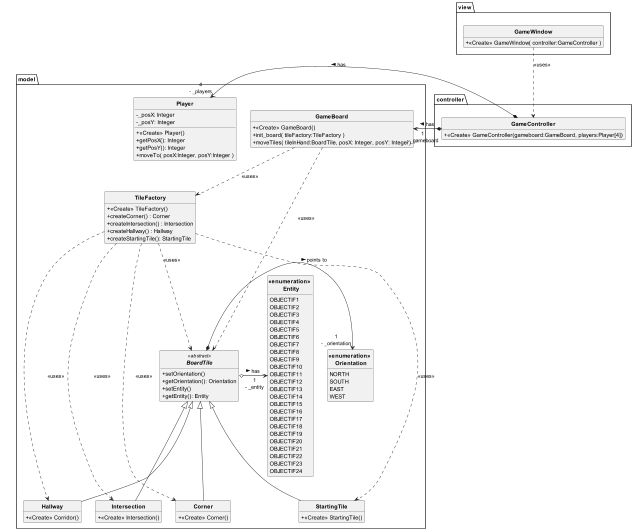
This is uml/Rendu1.png from NiburusVN/Labyrinth_Minecraft_MBUI, a PlantUML export, as it was before one commit.
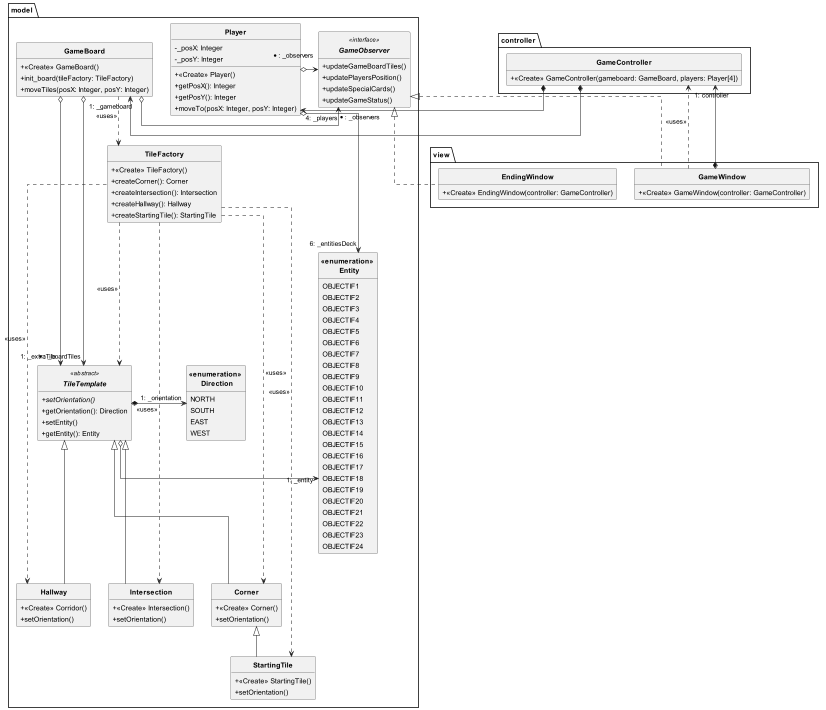
After the commit.

Commit message:
Mise à jour du diagramme PUML

Diff of the diagram source:
```diff
@@ -2,19 +2,22 @@
 skinparam classAttributeIconSize 0
 skinparam classFontStyle Bold
 skinparam style strictuml
+skinparam linetype ortho
 hide empty members
 
-package model{
-    class Player{
+skinparam padding 2
+
+package model {
+    class Player {
         +<<Create>> Player()
         -_posX: Integer
         -_posY: Integer
         +getPosX(): Integer
         +getPosY(): Integer
-        +moveTo( posX:Integer, posY:Integer )
+        +moveTo(posX: Integer, posY: Integer)
     }
 
-    enum "<<enumeration>> \n Entity"{
+    enum "<<enumeration>> \n Entity" {
         OBJECTIF1
         OBJECTIF2
         OBJECTIF3
@@ -41,78 +44,100 @@
         OBJECTIF24
     }
 
-    enum "<<enumeration>> \n Orientation"{
+    enum "<<enumeration>> \n Direction" {
         NORTH
         SOUTH
         EAST
         WEST
     }
 
-    abstract class BoardTile <<abstract>>{
-        +setOrientation()
-        +getOrientation(): Orientation
+    abstract class TileTemplate <<abstract>> {
+        + {abstract} setOrientation()
+        +getOrientation(): Direction
         +setEntity()
         +getEntity(): Entity
     }
 
-    class Hallway extends BoardTile{
+    class Hallway extends TileTemplate {
         +<<Create>> Corridor()
+        +setOrientation()
     }
 
-    class Intersection extends BoardTile{
+    class Intersection extends TileTemplate {
         +<<Create>> Intersection()
+        +setOrientation()
     }
 
-    class Corner extends BoardTile{
+    class Corner extends TileTemplate {
         +<<Create>> Corner()
+        +setOrientation()
     }
 
-    class StartingTile extends BoardTile{
+    class StartingTile extends Corner {
         +<<Create>> StartingTile()
+        +setOrientation()
     }
 
-    class TileFactory{
+    class TileFactory {
         +<<Create>> TileFactory()
-        +createCorner() : Corner
-        +createIntersection() : Intersection
-        +createHallway() : Hallway
+        +createCorner(): Corner
+        +createIntersection(): Intersection
+        +createHallway(): Hallway
         +createStartingTile(): StartingTile
     }
 
-    class GameBoard{
+    class GameBoard {
         +<<Create>> GameBoard()
-        +init_board( tileFactory:TileFactory )
-        +moveTiles( tileInHand:BoardTile, posX: Integer, posY: Integer)
+        +init_board(tileFactory: TileFactory)
+        +moveTiles(posX: Integer, posY: Integer)
+    }
+
+    interface GameObserver <<interface>> {
+        +updateGameBoardTiles()
+        +updatePlayersPosition()
+        +updateSpecialCards()
+        +updateGameStatus()
     }
 }
 
-package view{
-    class GameWindow{
-        +<<Create>> GameWindow( controller:GameController )
+package view {
+    class GameWindow implements model.GameObserver {
+        +<<Create>> GameWindow(controller: GameController)
+    }
+
+    class EndingWindow implements model.GameObserver {
+        +<<Create>> EndingWindow(controller: GameController)
     }
 }
 
-package controller{
-    class GameController{
-        +<<Create>> GameController(gameboard:GameBoard, players:Player[4])
+package controller {
+    class GameController {
+        +<<Create>> GameController(gameboard: GameBoard, players: Player[4])
     }
 }
 
+TileFactory ..> TileTemplate : <<uses>>
+TileFactory ..> Hallway : <<uses>>
+TileFactory ..> StartingTile : <<uses>>
+TileFactory ..> Intersection : <<uses>>
+TileFactory ..> Corner : <<uses>>
 
+GameBoard ..> TileFactory : <<uses>>
 
-TileFactory ..> BoardTile :<<uses>>
-TileFactory ..> Hallway :<<uses>>
-TileFactory ..> StartingTile :<<uses>>
-TileFactory ..> Intersection :<<uses>>
-TileFactory ..> Corner :<<uses>>
+TileTemplate *-> "1: _orientation" "<<enumeration>> \n Direction"
+TileTemplate o-> "1: _entity" "<<enumeration>> \n Entity"
+GameWindow ..> GameController : <<uses>>
 
-GameBoard ..> TileFactory :<<uses>>
-GameBoard ..> BoardTile :<<uses>>
+Player o-> "6: _entitiesDeck" "<<enumeration>> \n Entity"
 
-BoardTile *-> "1\n- _orientation" "<<enumeration>> \n Orientation" : > points to
-BoardTile o-> "1\n- _entity" "<<enumeration>> \n Entity": > has
-GameWindow ..> GameController :<<uses>>
+GameController *-> "4: _players" Player
+GameController *-> "1: _gameboard" GameBoard
 
-GameController *-> "4\n- _players" Player: > has
-GameController *-> "1\n- _gameboard" GameBoard: > has
+GameBoard o-> "*: _boardTiles" "TileTemplate"
+GameBoard o-> "1: _extraTile" "TileTemplate"
+
+GameWindow *-> "1: controller" GameController
+GameBoard o-> "*: _observers" "GameObserver"
+Player o-> "*: _observers" "GameObserver"
+
 @enduml
```
